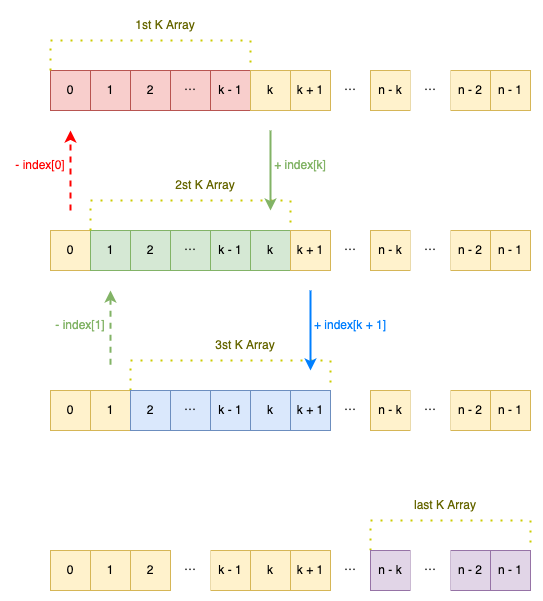
rickbsr/example-leetcode keeps this draw.io diagram as pics/0643_maximum_average_subarray_i_diff.png. Above is the earlier version. Source tidied: cells renumbered, new cells last; positions are measured from the earlier drawing's top-left corner, leaving out a move shared by most shapes. The source it was exported from:
```xml
<mxGraphModel>
  <root>
    <mxCell id="0" />
    <mxCell id="1" parent="0" />
    <mxCell id="2" value="0" style="rounded=0;whiteSpace=wrap;html=1;fillColor=#f8cecc;strokeColor=#b85450;" parent="1" vertex="1">
      <mxGeometry x="40" y="60" width="40" height="40" as="geometry" />
    </mxCell>
    <mxCell id="3" value="k - 1" style="rounded=0;whiteSpace=wrap;html=1;fillColor=#f8cecc;strokeColor=#b85450;" parent="1" vertex="1">
      <mxGeometry x="200" y="60" width="40" height="40" as="geometry" />
    </mxCell>
    <mxCell id="4" value="1" style="rounded=0;whiteSpace=wrap;html=1;fillColor=#f8cecc;strokeColor=#b85450;" parent="1" vertex="1">
      <mxGeometry x="80" y="60" width="40" height="40" as="geometry" />
    </mxCell>
    <mxCell id="5" value="⋯" style="rounded=0;whiteSpace=wrap;html=1;strokeColor=#b85450;fillColor=#f8cecc;" parent="1" vertex="1">
      <mxGeometry x="160" y="60" width="40" height="40" as="geometry" />
    </mxCell>
    <mxCell id="6" style="endArrow=none;dashed=1;html=1;strokeWidth=2;rounded=0;exitX=0;exitY=0;exitDx=0;exitDy=0;entryX=0;entryY=0;entryDx=0;entryDy=0;dashPattern=1 4;strokeColor=#CCCC00;" parent="1" edge="1" source="2" target="8">
      <mxGeometry relative="1" as="geometry">
        <Array as="points">
          <mxPoint x="40" y="30" />
          <mxPoint x="240" y="30" />
        </Array>
      </mxGeometry>
    </mxCell>
    <mxCell id="7" value="&lt;font color=&quot;#666600&quot;&gt;1st K Array&lt;/font&gt;" style="text;html=1;strokeColor=none;fillColor=none;align=center;verticalAlign=middle;whiteSpace=wrap;rounded=0;" parent="1" vertex="1">
      <mxGeometry x="120" width="70" height="30" as="geometry" />
    </mxCell>
    <mxCell id="8" value="k" style="rounded=0;whiteSpace=wrap;html=1;fillColor=#fff2cc;strokeColor=#d6b656;" parent="1" vertex="1">
      <mxGeometry x="240" y="60" width="40" height="40" as="geometry" />
    </mxCell>
    <mxCell id="9" value="n - 2" style="rounded=0;whiteSpace=wrap;html=1;fillColor=#fff2cc;strokeColor=#d6b656;" parent="1" vertex="1">
      <mxGeometry x="440" y="60" width="40" height="40" as="geometry" />
    </mxCell>
    <mxCell id="10" value="n - 1" style="rounded=0;whiteSpace=wrap;html=1;fillColor=#fff2cc;strokeColor=#d6b656;" parent="1" vertex="1">
      <mxGeometry x="480" y="60" width="40" height="40" as="geometry" />
    </mxCell>
    <mxCell id="11" value="⋯" style="rounded=0;whiteSpace=wrap;html=1;strokeColor=none;" parent="1" vertex="1">
      <mxGeometry x="320" y="60" width="40" height="40" as="geometry" />
    </mxCell>
    <mxCell id="12" value="n - k" style="rounded=0;whiteSpace=wrap;html=1;fillColor=#fff2cc;strokeColor=#d6b656;" parent="1" vertex="1">
      <mxGeometry x="360" y="60" width="40" height="40" as="geometry" />
    </mxCell>
    <mxCell id="13" value="⋯" style="rounded=0;whiteSpace=wrap;html=1;strokeColor=none;" parent="1" vertex="1">
      <mxGeometry x="400" y="60" width="40" height="40" as="geometry" />
    </mxCell>
    <mxCell id="14" value="0" style="rounded=0;whiteSpace=wrap;html=1;fillColor=#fff2cc;strokeColor=#d6b656;" parent="1" vertex="1">
      <mxGeometry x="40" y="220" width="40" height="40" as="geometry" />
    </mxCell>
    <mxCell id="15" value="k - 1" style="rounded=0;whiteSpace=wrap;html=1;fillColor=#d5e8d4;strokeColor=#82b366;" parent="1" vertex="1">
      <mxGeometry x="200" y="220" width="40" height="40" as="geometry" />
    </mxCell>
    <mxCell id="16" value="1" style="rounded=0;whiteSpace=wrap;html=1;fillColor=#d5e8d4;strokeColor=#82b366;" parent="1" vertex="1">
      <mxGeometry x="80" y="220" width="40" height="40" as="geometry" />
    </mxCell>
    <mxCell id="17" value="⋯" style="rounded=0;whiteSpace=wrap;html=1;strokeColor=#82b366;fillColor=#d5e8d4;" parent="1" vertex="1">
      <mxGeometry x="160" y="220" width="40" height="40" as="geometry" />
    </mxCell>
    <mxCell id="18" style="endArrow=none;dashed=1;html=1;strokeWidth=2;rounded=0;exitX=0;exitY=0;exitDx=0;exitDy=0;entryX=0;entryY=0;entryDx=0;entryDy=0;dashPattern=1 4;strokeColor=#CCCC00;" parent="1" edge="1" source="16">
      <mxGeometry relative="1" as="geometry">
        <mxPoint x="280" y="220" as="targetPoint" />
        <Array as="points">
          <mxPoint x="80" y="190" />
          <mxPoint x="280" y="190" />
        </Array>
      </mxGeometry>
    </mxCell>
    <mxCell id="19" value="&lt;font color=&quot;#666600&quot;&gt;2st K Array&lt;/font&gt;" style="text;html=1;strokeColor=none;fillColor=none;align=center;verticalAlign=middle;whiteSpace=wrap;rounded=0;" parent="1" vertex="1">
      <mxGeometry x="160" y="160" width="70" height="30" as="geometry" />
    </mxCell>
    <mxCell id="20" value="k" style="rounded=0;whiteSpace=wrap;html=1;fillColor=#d5e8d4;strokeColor=#82b366;" parent="1" vertex="1">
      <mxGeometry x="240" y="220" width="40" height="40" as="geometry" />
    </mxCell>
    <mxCell id="21" value="n - 2" style="rounded=0;whiteSpace=wrap;html=1;fillColor=#fff2cc;strokeColor=#d6b656;" parent="1" vertex="1">
      <mxGeometry x="440" y="220" width="40" height="40" as="geometry" />
    </mxCell>
    <mxCell id="22" value="n - 1" style="rounded=0;whiteSpace=wrap;html=1;fillColor=#fff2cc;strokeColor=#d6b656;" parent="1" vertex="1">
      <mxGeometry x="480" y="220" width="40" height="40" as="geometry" />
    </mxCell>
    <mxCell id="23" value="⋯" style="rounded=0;whiteSpace=wrap;html=1;strokeColor=none;" parent="1" vertex="1">
      <mxGeometry x="320" y="220" width="40" height="40" as="geometry" />
    </mxCell>
    <mxCell id="24" value="n - k" style="rounded=0;whiteSpace=wrap;html=1;fillColor=#fff2cc;strokeColor=#d6b656;" parent="1" vertex="1">
      <mxGeometry x="360" y="220" width="40" height="40" as="geometry" />
    </mxCell>
    <mxCell id="25" value="⋯" style="rounded=0;whiteSpace=wrap;html=1;strokeColor=none;" parent="1" vertex="1">
      <mxGeometry x="400" y="220" width="40" height="40" as="geometry" />
    </mxCell>
    <mxCell id="26" value="0" style="rounded=0;whiteSpace=wrap;html=1;fillColor=#fff2cc;strokeColor=#d6b656;" parent="1" vertex="1">
      <mxGeometry x="40" y="540" width="40" height="40" as="geometry" />
    </mxCell>
    <mxCell id="27" value="k - 1" style="rounded=0;whiteSpace=wrap;html=1;fillColor=#fff2cc;strokeColor=#d6b656;" parent="1" vertex="1">
      <mxGeometry x="200" y="540" width="40" height="40" as="geometry" />
    </mxCell>
    <mxCell id="28" value="1" style="rounded=0;whiteSpace=wrap;html=1;fillColor=#fff2cc;strokeColor=#d6b656;" parent="1" vertex="1">
      <mxGeometry x="80" y="540" width="40" height="40" as="geometry" />
    </mxCell>
    <mxCell id="29" value="⋯" style="rounded=0;whiteSpace=wrap;html=1;strokeColor=none;" parent="1" vertex="1">
      <mxGeometry x="160" y="540" width="40" height="40" as="geometry" />
    </mxCell>
    <mxCell id="30" style="endArrow=none;dashed=1;html=1;strokeWidth=2;rounded=0;exitX=0;exitY=0;exitDx=0;exitDy=0;entryX=0;entryY=0;entryDx=0;entryDy=0;dashPattern=1 4;strokeColor=#CCCC00;" parent="1" edge="1">
      <mxGeometry relative="1" as="geometry">
        <mxPoint x="360" y="540" as="sourcePoint" />
        <mxPoint x="520" y="540" as="targetPoint" />
        <Array as="points">
          <mxPoint x="360" y="510" />
          <mxPoint x="520" y="510" />
        </Array>
      </mxGeometry>
    </mxCell>
    <mxCell id="31" value="&lt;font color=&quot;#666600&quot;&gt;last K Array&lt;/font&gt;" style="text;html=1;strokeColor=none;fillColor=none;align=center;verticalAlign=middle;whiteSpace=wrap;rounded=0;" parent="1" vertex="1">
      <mxGeometry x="400" y="480" width="70" height="30" as="geometry" />
    </mxCell>
    <mxCell id="32" value="k" style="rounded=0;whiteSpace=wrap;html=1;fillColor=#fff2cc;strokeColor=#d6b656;" parent="1" vertex="1">
      <mxGeometry x="240" y="540" width="40" height="40" as="geometry" />
    </mxCell>
    <mxCell id="33" value="n - 2" style="rounded=0;whiteSpace=wrap;html=1;fillColor=#e1d5e7;strokeColor=#9673a6;" parent="1" vertex="1">
      <mxGeometry x="440" y="540" width="40" height="40" as="geometry" />
    </mxCell>
    <mxCell id="34" value="n - 1" style="rounded=0;whiteSpace=wrap;html=1;fillColor=#e1d5e7;strokeColor=#9673a6;" parent="1" vertex="1">
      <mxGeometry x="480" y="540" width="40" height="40" as="geometry" />
    </mxCell>
    <mxCell id="35" value="⋯" style="rounded=0;whiteSpace=wrap;html=1;strokeColor=none;" parent="1" vertex="1">
      <mxGeometry x="320" y="540" width="40" height="40" as="geometry" />
    </mxCell>
    <mxCell id="36" value="n - k" style="rounded=0;whiteSpace=wrap;html=1;fillColor=#e1d5e7;strokeColor=#9673a6;" parent="1" vertex="1">
      <mxGeometry x="360" y="540" width="40" height="40" as="geometry" />
    </mxCell>
    <mxCell id="37" value="⋯" style="rounded=0;whiteSpace=wrap;html=1;strokeColor=none;" parent="1" vertex="1">
      <mxGeometry x="400" y="540" width="40" height="40" as="geometry" />
    </mxCell>
    <mxCell id="38" value="k + 1" style="rounded=0;whiteSpace=wrap;html=1;fillColor=#fff2cc;strokeColor=#d6b656;" parent="1" vertex="1">
      <mxGeometry x="280" y="60" width="40" height="40" as="geometry" />
    </mxCell>
    <mxCell id="39" value="k + 1" style="rounded=0;whiteSpace=wrap;html=1;fillColor=#fff2cc;strokeColor=#d6b656;" parent="1" vertex="1">
      <mxGeometry x="280" y="220" width="40" height="40" as="geometry" />
    </mxCell>
    <mxCell id="40" value="0" style="rounded=0;whiteSpace=wrap;html=1;fillColor=#fff2cc;strokeColor=#d6b656;" parent="1" vertex="1">
      <mxGeometry x="40" y="380" width="40" height="40" as="geometry" />
    </mxCell>
    <mxCell id="41" value="k - 1" style="rounded=0;whiteSpace=wrap;html=1;fillColor=#dae8fc;strokeColor=#6c8ebf;" parent="1" vertex="1">
      <mxGeometry x="200" y="380" width="40" height="40" as="geometry" />
    </mxCell>
    <mxCell id="42" value="1" style="rounded=0;whiteSpace=wrap;html=1;fillColor=#fff2cc;strokeColor=#d6b656;" parent="1" vertex="1">
      <mxGeometry x="80" y="380" width="40" height="40" as="geometry" />
    </mxCell>
    <mxCell id="43" value="⋯" style="rounded=0;whiteSpace=wrap;html=1;strokeColor=#6c8ebf;fillColor=#dae8fc;" parent="1" vertex="1">
      <mxGeometry x="160" y="380" width="40" height="40" as="geometry" />
    </mxCell>
    <mxCell id="44" style="endArrow=none;dashed=1;html=1;strokeWidth=2;rounded=0;exitX=0;exitY=0;exitDx=0;exitDy=0;entryX=0;entryY=0;entryDx=0;entryDy=0;dashPattern=1 4;strokeColor=#CCCC00;" parent="1" edge="1" source="55">
      <mxGeometry relative="1" as="geometry">
        <mxPoint x="320" y="380" as="targetPoint" />
        <Array as="points">
          <mxPoint x="120" y="350" />
          <mxPoint x="320" y="350" />
        </Array>
      </mxGeometry>
    </mxCell>
    <mxCell id="45" value="&lt;font color=&quot;#666600&quot;&gt;3st K Array&lt;/font&gt;" style="text;html=1;strokeColor=none;fillColor=none;align=center;verticalAlign=middle;whiteSpace=wrap;rounded=0;" parent="1" vertex="1">
      <mxGeometry x="200" y="320" width="70" height="30" as="geometry" />
    </mxCell>
    <mxCell id="46" value="k" style="rounded=0;whiteSpace=wrap;html=1;fillColor=#dae8fc;strokeColor=#6c8ebf;" parent="1" vertex="1">
      <mxGeometry x="240" y="380" width="40" height="40" as="geometry" />
    </mxCell>
    <mxCell id="47" value="n - 2" style="rounded=0;whiteSpace=wrap;html=1;fillColor=#fff2cc;strokeColor=#d6b656;" parent="1" vertex="1">
      <mxGeometry x="440" y="380" width="40" height="40" as="geometry" />
    </mxCell>
    <mxCell id="48" value="n - 1" style="rounded=0;whiteSpace=wrap;html=1;fillColor=#fff2cc;strokeColor=#d6b656;" parent="1" vertex="1">
      <mxGeometry x="480" y="380" width="40" height="40" as="geometry" />
    </mxCell>
    <mxCell id="49" value="⋯" style="rounded=0;whiteSpace=wrap;html=1;strokeColor=none;" parent="1" vertex="1">
      <mxGeometry x="320" y="380" width="40" height="40" as="geometry" />
    </mxCell>
    <mxCell id="50" value="n - k" style="rounded=0;whiteSpace=wrap;html=1;fillColor=#fff2cc;strokeColor=#d6b656;" parent="1" vertex="1">
      <mxGeometry x="360" y="380" width="40" height="40" as="geometry" />
    </mxCell>
    <mxCell id="51" value="⋯" style="rounded=0;whiteSpace=wrap;html=1;strokeColor=none;" parent="1" vertex="1">
      <mxGeometry x="400" y="380" width="40" height="40" as="geometry" />
    </mxCell>
    <mxCell id="52" value="k + 1" style="rounded=0;whiteSpace=wrap;html=1;fillColor=#dae8fc;strokeColor=#6c8ebf;" parent="1" vertex="1">
      <mxGeometry x="280" y="380" width="40" height="40" as="geometry" />
    </mxCell>
    <mxCell id="53" value="2" style="rounded=0;whiteSpace=wrap;html=1;fillColor=#f8cecc;strokeColor=#b85450;" parent="1" vertex="1">
      <mxGeometry x="120" y="60" width="40" height="40" as="geometry" />
    </mxCell>
    <mxCell id="54" value="2" style="rounded=0;whiteSpace=wrap;html=1;fillColor=#d5e8d4;strokeColor=#82b366;" parent="1" vertex="1">
      <mxGeometry x="120" y="220" width="40" height="40" as="geometry" />
    </mxCell>
    <mxCell id="55" value="2" style="rounded=0;whiteSpace=wrap;html=1;fillColor=#dae8fc;strokeColor=#6c8ebf;" parent="1" vertex="1">
      <mxGeometry x="120" y="380" width="40" height="40" as="geometry" />
    </mxCell>
    <mxCell id="56" value="2" style="rounded=0;whiteSpace=wrap;html=1;fillColor=#fff2cc;strokeColor=#d6b656;" parent="1" vertex="1">
      <mxGeometry x="120" y="540" width="40" height="40" as="geometry" />
    </mxCell>
    <mxCell id="57" value="k + 1" style="rounded=0;whiteSpace=wrap;html=1;fillColor=#fff2cc;strokeColor=#d6b656;" parent="1" vertex="1">
      <mxGeometry x="280" y="540" width="40" height="40" as="geometry" />
    </mxCell>
    <mxCell id="58" style="endArrow=classic;html=1;rounded=0;strokeWidth=2;strokeColor=#82b366;fillColor=#d5e8d4;" parent="1" edge="1">
      <mxGeometry relative="1" as="geometry">
        <mxPoint x="260" y="120" as="sourcePoint" />
        <mxPoint x="260" y="200" as="targetPoint" />
      </mxGeometry>
    </mxCell>
    <mxCell id="59" style="endArrow=classic;html=1;rounded=0;strokeWidth=2;strokeColor=#007FFF;" parent="1" edge="1">
      <mxGeometry relative="1" as="geometry">
        <mxPoint x="300" y="280" as="sourcePoint" />
        <mxPoint x="300" y="360" as="targetPoint" />
      </mxGeometry>
    </mxCell>
    <mxCell id="60" style="endArrow=classic;html=1;rounded=0;strokeWidth=2;strokeColor=#FF0000;dashed=1;" parent="1" edge="1">
      <mxGeometry relative="1" as="geometry">
        <mxPoint x="60" y="200" as="sourcePoint" />
        <mxPoint x="60" y="120" as="targetPoint" />
      </mxGeometry>
    </mxCell>
    <mxCell id="61" style="endArrow=none;html=1;rounded=0;strokeWidth=2;strokeColor=#82b366;fillColor=#d5e8d4;startArrow=classic;startFill=1;endFill=0;dashed=1;" parent="1" edge="1">
      <mxGeometry relative="1" as="geometry">
        <mxPoint x="100" y="280" as="sourcePoint" />
        <mxPoint x="100" y="360" as="targetPoint" />
      </mxGeometry>
    </mxCell>
    <mxCell id="62" value="&lt;font color=&quot;#ff0000&quot;&gt;- index[0]&lt;/font&gt;" style="text;html=1;strokeColor=none;fillColor=none;align=center;verticalAlign=middle;whiteSpace=wrap;rounded=0;" parent="1" vertex="1">
      <mxGeometry y="140" width="60" height="30" as="geometry" />
    </mxCell>
    <mxCell id="63" value="&lt;font&gt;+ index[k]&lt;/font&gt;" style="text;html=1;strokeColor=none;fillColor=none;align=center;verticalAlign=middle;whiteSpace=wrap;rounded=0;fontColor=#82B366;" parent="1" vertex="1">
      <mxGeometry x="260" y="140" width="60" height="30" as="geometry" />
    </mxCell>
    <mxCell id="64" value="&lt;font&gt;- index[1]&lt;/font&gt;" style="text;html=1;strokeColor=none;fillColor=none;align=center;verticalAlign=middle;whiteSpace=wrap;rounded=0;fontColor=#82B366;" parent="1" vertex="1">
      <mxGeometry x="40" y="300" width="60" height="30" as="geometry" />
    </mxCell>
    <mxCell id="65" value="&lt;font&gt;+ index[k + 1]&lt;/font&gt;" style="text;html=1;strokeColor=none;fillColor=none;align=center;verticalAlign=middle;whiteSpace=wrap;rounded=0;fontColor=#007FFF;" parent="1" vertex="1">
      <mxGeometry x="300" y="300" width="80" height="30" as="geometry" />
    </mxCell>
  </root>
</mxGraphModel>
```
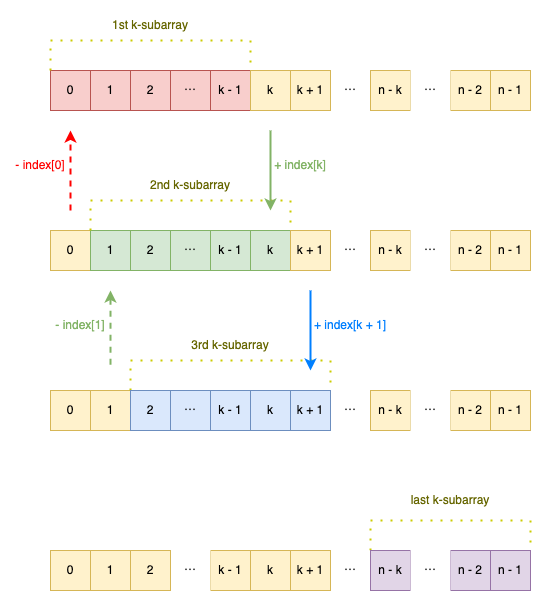
Later version of the same file.

What changed in the source:
```diff
@@ -22,8 +22,8 @@
         </Array>
       </mxGeometry>
     </mxCell>
-    <mxCell id="7" value="&lt;font color=&quot;#666600&quot;&gt;1st K Array&lt;/font&gt;" style="text;html=1;strokeColor=none;fillColor=none;align=center;verticalAlign=middle;whiteSpace=wrap;rounded=0;" parent="1" vertex="1">
-      <mxGeometry x="120" width="70" height="30" as="geometry" />
+    <mxCell id="7" value="&lt;font color=&quot;#666600&quot;&gt;1st k-subarray&lt;/font&gt;" style="text;html=1;strokeColor=none;fillColor=none;align=center;verticalAlign=middle;whiteSpace=wrap;rounded=0;" parent="1" vertex="1">
+      <mxGeometry x="95" width="90" height="30" as="geometry" />
     </mxCell>
     <mxCell id="8" value="k" style="rounded=0;whiteSpace=wrap;html=1;fillColor=#fff2cc;strokeColor=#d6b656;" parent="1" vertex="1">
       <mxGeometry x="240" y="60" width="40" height="40" as="geometry" />
@@ -64,8 +64,8 @@
         </Array>
       </mxGeometry>
     </mxCell>
-    <mxCell id="19" value="&lt;font color=&quot;#666600&quot;&gt;2st K Array&lt;/font&gt;" style="text;html=1;strokeColor=none;fillColor=none;align=center;verticalAlign=middle;whiteSpace=wrap;rounded=0;" parent="1" vertex="1">
-      <mxGeometry x="160" y="160" width="70" height="30" as="geometry" />
+    <mxCell id="19" value="&lt;font color=&quot;#666600&quot;&gt;2nd k-subarray&lt;/font&gt;" style="text;html=1;strokeColor=none;fillColor=none;align=center;verticalAlign=middle;whiteSpace=wrap;rounded=0;" parent="1" vertex="1">
+      <mxGeometry x="125" y="160" width="110" height="30" as="geometry" />
     </mxCell>
     <mxCell id="20" value="k" style="rounded=0;whiteSpace=wrap;html=1;fillColor=#d5e8d4;strokeColor=#82b366;" parent="1" vertex="1">
       <mxGeometry x="240" y="220" width="40" height="40" as="geometry" />
@@ -107,8 +107,8 @@
         </Array>
       </mxGeometry>
     </mxCell>
-    <mxCell id="31" value="&lt;font color=&quot;#666600&quot;&gt;last K Array&lt;/font&gt;" style="text;html=1;strokeColor=none;fillColor=none;align=center;verticalAlign=middle;whiteSpace=wrap;rounded=0;" parent="1" vertex="1">
-      <mxGeometry x="400" y="480" width="70" height="30" as="geometry" />
+    <mxCell id="31" value="&lt;font color=&quot;#666600&quot;&gt;last k-subarray&lt;/font&gt;" style="text;html=1;strokeColor=none;fillColor=none;align=center;verticalAlign=middle;whiteSpace=wrap;rounded=0;" parent="1" vertex="1">
+      <mxGeometry x="380" y="475" width="120" height="30" as="geometry" />
     </mxCell>
     <mxCell id="32" value="k" style="rounded=0;whiteSpace=wrap;html=1;fillColor=#fff2cc;strokeColor=#d6b656;" parent="1" vertex="1">
       <mxGeometry x="240" y="540" width="40" height="40" as="geometry" />
@@ -155,8 +155,8 @@
         </Array>
       </mxGeometry>
     </mxCell>
-    <mxCell id="45" value="&lt;font color=&quot;#666600&quot;&gt;3st K Array&lt;/font&gt;" style="text;html=1;strokeColor=none;fillColor=none;align=center;verticalAlign=middle;whiteSpace=wrap;rounded=0;" parent="1" vertex="1">
-      <mxGeometry x="200" y="320" width="70" height="30" as="geometry" />
+    <mxCell id="45" value="&lt;font color=&quot;#666600&quot;&gt;3rd k-subarray&lt;/font&gt;" style="text;html=1;strokeColor=none;fillColor=none;align=center;verticalAlign=middle;whiteSpace=wrap;rounded=0;" parent="1" vertex="1">
+      <mxGeometry x="170" y="320" width="100" height="30" as="geometry" />
     </mxCell>
     <mxCell id="46" value="k" style="rounded=0;whiteSpace=wrap;html=1;fillColor=#dae8fc;strokeColor=#6c8ebf;" parent="1" vertex="1">
       <mxGeometry x="240" y="380" width="40" height="40" as="geometry" />
```
